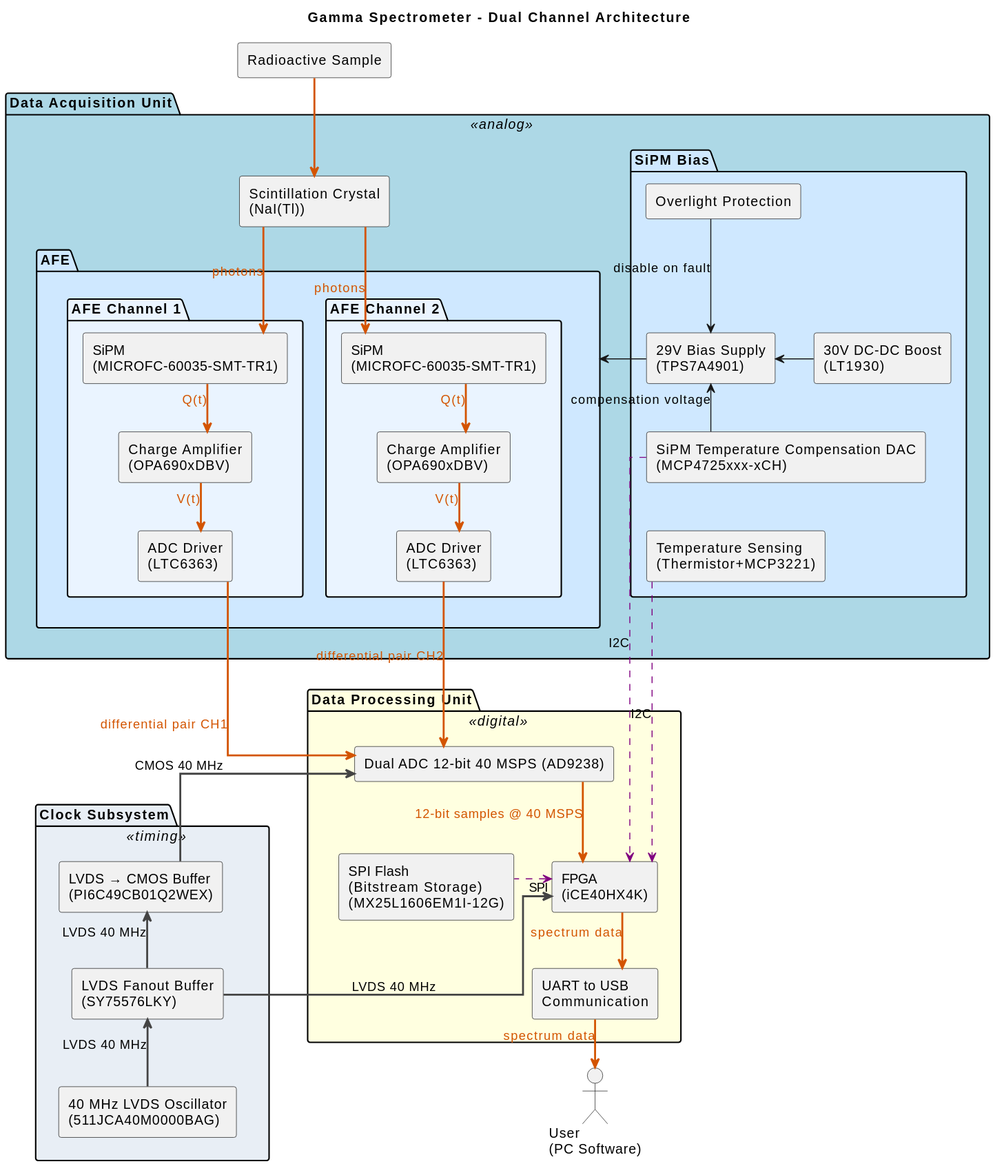
Above: 02_SystemArchitecture/Diagrams/ArchitectureOverview.svg in RobertGawron/GammaSpectrometer (PlantUML), before the change. Source of this version:
```plantuml
@startuml
skinparam componentStyle rectangle
skinparam linetype ortho
skinparam nodesep 40
skinparam ranksep 50

title Gamma Spectrometer - Dual Channel Architecture

skinparam package {
    BackgroundColor<<analog>> #LightBlue
    BackgroundColor<<digital>> #LightYellow
    BackgroundColor<<timing>> #E8EEF5
}

[Radioactive Sample] as Sample

package "Data Acquisition Unit" <<analog>> {

    component "Scintillation Crystal\n(NaI(Tl))" as Crystal

    package "AFE" #CFE8FF {

        package "AFE Channel 1" #EAF4FF {
            component "SiPM\n(MICROFC-60035-SMT-TR1)" as SiPM_1
            component "Charge Amplifier\n(OPA690xDBV)" as CA_1
            component "ADC Driver\n(LTC6363)" as Driver_1
        }

        package "AFE Channel 2" #EAF4FF {
            component "SiPM\n(MICROFC-60035-SMT-TR1)" as SiPM_2
            component "Charge Amplifier\n(OPA690xDBV)" as CA_2
            component "ADC Driver\n(LTC6363)" as Driver_2
        }

        SiPM_1 -down[hidden]- CA_1
        CA_1 -down[hidden]- Driver_1

        SiPM_2 -down[hidden]- CA_2
        CA_2 -down[hidden]- Driver_2
    }

    package "SiPM Bias" #CFE8FF {
        component "30V DC-DC Boost\n(LT1930)" as Boost
        component "29V Bias Supply\n(TPS7A4901)" as Bias
        component "Temperature Sensing\n(Thermistor+MCP3221)" as TempSense
        component "SiPM Temperature Compensation DAC\n(MCP4725xxx-xCH)" as TempBias
        component "Overlight Protection" as Protection
    }
}

package "Clock Subsystem" <<timing>> {
    component "40 MHz LVDS Oscillator\n(511JCA40M0000BAG)" as OSC
    component "LVDS Fanout Buffer\n(SY75576LKY)" as FANOUT
    component "LVDS → CMOS Buffer\n(PI6C49CB01Q2WEX)" as CLKBUF
}

package "Data Processing Unit" <<digital>> {
    component "Dual ADC 12-bit 40 MSPS (AD9238)" as ADC
    component "SPI Flash\n(Bitstream Storage)\n(MX25L1606EM1I-12G)" as Flash
    component "FPGA\n(iCE40HX4K)" as FPGA
    component "UART to USB\nCommunication" as Comm

    ADC -right[hidden]- Flash
    FPGA -right[hidden]- Comm
}

actor "User\n(PC Software)" as User

Sample -down[#D35400,bold]-> Crystal

Crystal -down[#D35400,bold]-> SiPM_1 : <color:#D35400>photons</color>
SiPM_1 -down[#D35400,bold]-> CA_1 : <color:#D35400>Q(t)</color>
CA_1 -down[#D35400,bold]-> Driver_1 : <color:#D35400>V(t)</color>
Driver_1 -[#D35400,bold]-> ADC : <color:#D35400>differential pair CH1</color>

Crystal -down[#D35400,bold]-> SiPM_2 : <color:#D35400>photons</color>
SiPM_2 -down[#D35400,bold]-> CA_2 : <color:#D35400>Q(t)</color>
CA_2 -down[#D35400,bold]-> Driver_2 : <color:#D35400>V(t)</color>
Driver_2 -[#D35400,bold]-> ADC : <color:#D35400>differential pair CH2</color>

ADC -down[#D35400,bold]-> FPGA : <color:#D35400>12-bit samples @ 40 MSPS</color>

FPGA -down[#D35400,bold]-> Comm : <color:#D35400>spectrum data</color>
Comm -down[#D35400,bold]-> User : <color:#D35400>spectrum data</color>

Flash -left[#800080,dashed]---> FPGA : SPI

"Clock Subsystem"-up[hidden]- "Data Processing Unit"
OSC -up[#444444,bold]-> FANOUT : LVDS 40 MHz
FANOUT -[#444444,bold]-> FPGA : LVDS 40 MHz
FANOUT -up[#444444,bold]-> CLKBUF : LVDS 40 MHz
CLKBUF -up[#444444,bold]-> ADC : CMOS 40 MHz

Boost -left-> Bias
Bias -left-> "AFE"
Protection -down-> Bias : disable on fault

TempSense -down[#800080,dashed]-> FPGA : I2C
TempBias -[#800080,dashed]-> FPGA : I2C

TempBias -up-> Bias : compensation voltage

TempSense -up[hidden]- TempBias
@enduml
```
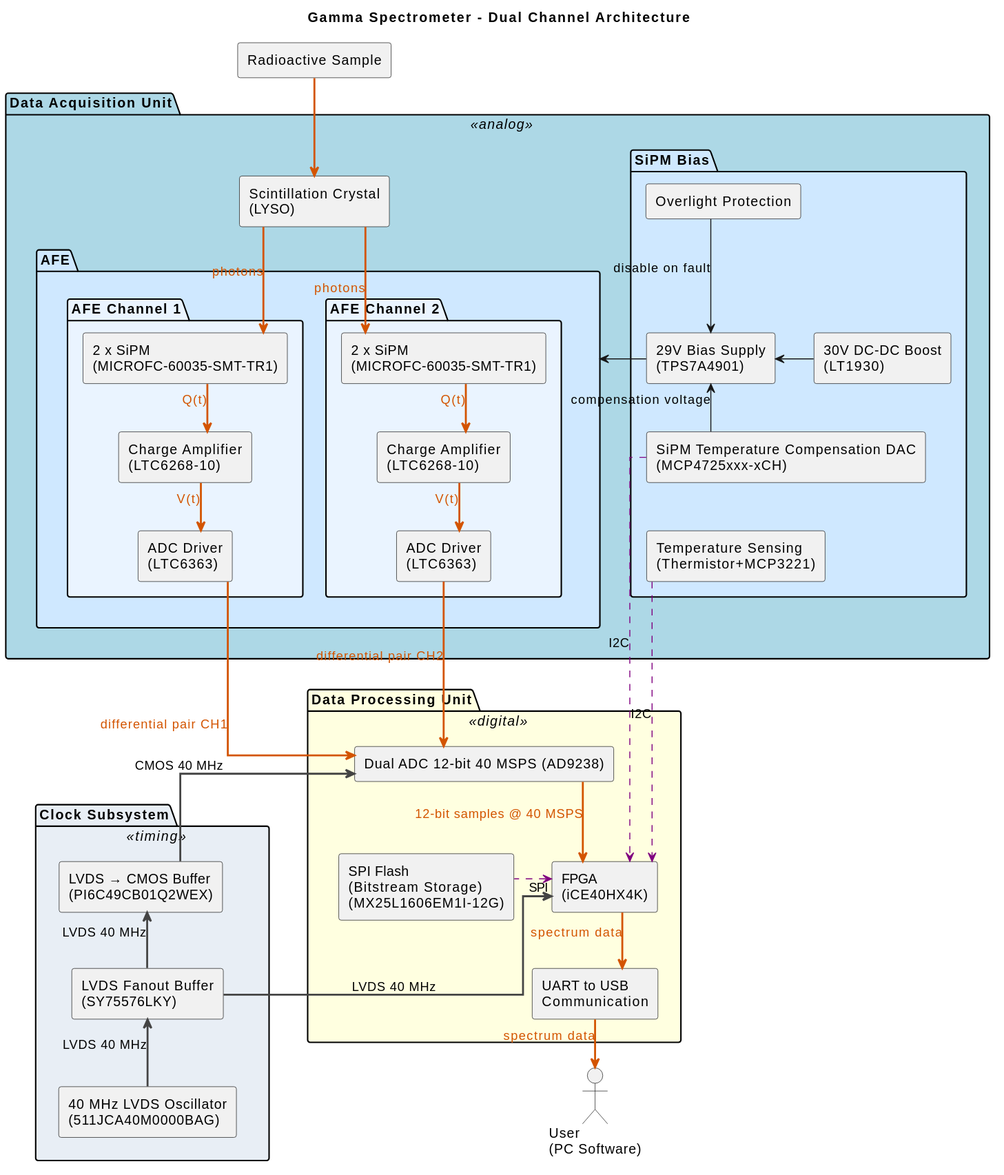
The same diagram one commit later.

The edit, as a diff of the source:
```diff
@@ -16,19 +16,19 @@
 
 package "Data Acquisition Unit" <<analog>> {
 
-    component "Scintillation Crystal\n(NaI(Tl))" as Crystal
+    component "Scintillation Crystal\n(LYSO)" as Crystal
 
     package "AFE" #CFE8FF {
 
         package "AFE Channel 1" #EAF4FF {
-            component "SiPM\n(MICROFC-60035-SMT-TR1)" as SiPM_1
-            component "Charge Amplifier\n(OPA690xDBV)" as CA_1
+            component "2 x SiPM\n(MICROFC-60035-SMT-TR1)" as SiPM_1
+            component "Charge Amplifier\n(LTC6268-10)" as CA_1
             component "ADC Driver\n(LTC6363)" as Driver_1
         }
 
         package "AFE Channel 2" #EAF4FF {
-            component "SiPM\n(MICROFC-60035-SMT-TR1)" as SiPM_2
-            component "Charge Amplifier\n(OPA690xDBV)" as CA_2
+            component "2 x SiPM\n(MICROFC-60035-SMT-TR1)" as SiPM_2
+            component "Charge Amplifier\n(LTC6268-10)" as CA_2
             component "ADC Driver\n(LTC6363)" as Driver_2
         }
 
```
